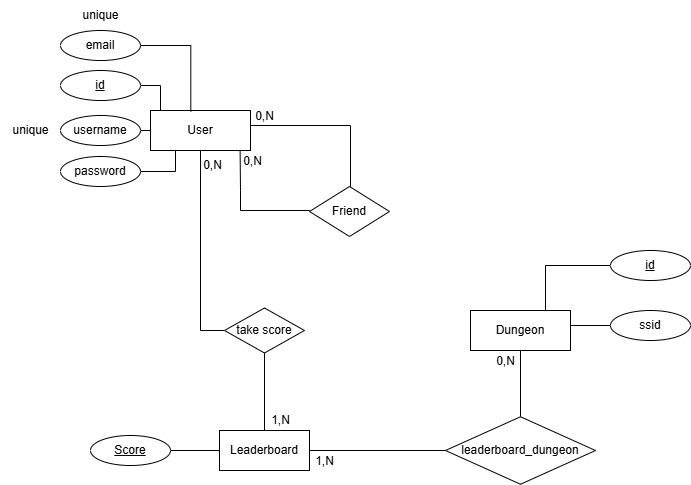
Above: 7_Allegati/DataBase/Schema-ER-DB.png in smanedn/ColorfulSongs (draw.io), before the change. Source tidied: cells renumbered, new cells last; positions are measured from the earlier drawing's top-left corner, leaving out a move shared by most shapes.
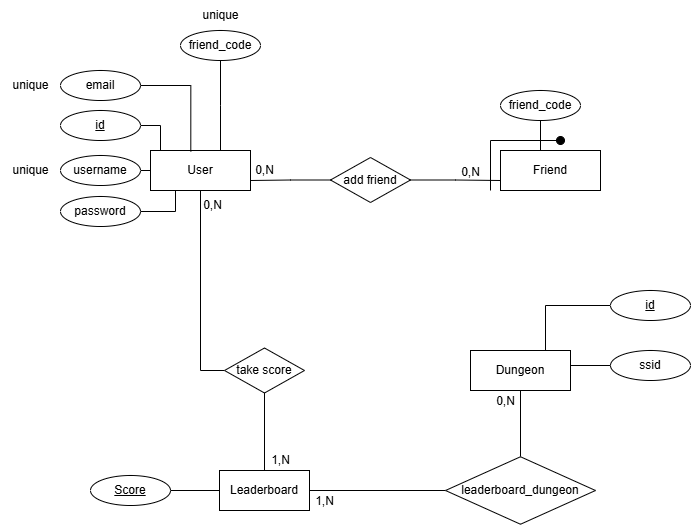
Later version of the same file.

Change to the diagram source:
```diff
@@ -36,7 +36,7 @@
       </mxGeometry>
     </mxCell>
     <mxCell id="10" value="0,N" style="text;html=1;align=center;verticalAlign=middle;strokeColor=none;fillColor=none;" parent="1" vertex="1">
-      <mxGeometry x="244" y="101" width="40" height="30" as="geometry" />
+      <mxGeometry x="244" y="115" width="40" height="30" as="geometry" />
     </mxCell>
     <mxCell id="11" value="unique" style="text;html=1;align=center;verticalAlign=middle;strokeColor=none;fillColor=none;" parent="1" vertex="1">
       <mxGeometry y="115" width="60" height="30" as="geometry" />
@@ -45,34 +45,11 @@
       <mxGeometry x="60" y="30" width="80" height="30" as="geometry" />
     </mxCell>
     <mxCell id="13" value="unique" style="text;html=1;align=center;verticalAlign=middle;strokeColor=none;fillColor=none;" parent="1" vertex="1">
-      <mxGeometry x="70" width="60" height="30" as="geometry" />
+      <mxGeometry y="30" width="60" height="30" as="geometry" />
     </mxCell>
     <mxCell id="14" value="&lt;u&gt;Score&lt;/u&gt;" style="ellipse;whiteSpace=wrap;html=1;align=center;" parent="1" vertex="1">
       <mxGeometry x="90" y="435" width="80" height="30" as="geometry" />
     </mxCell>
-    <mxCell id="15" value="Friend" style="rhombus;whiteSpace=wrap;html=1;" parent="1" vertex="1">
-      <mxGeometry x="309" y="186" width="80" height="50" as="geometry" />
-    </mxCell>
-    <mxCell id="16" style="edgeStyle=orthogonalEdgeStyle;rounded=0;jettySize=auto;html=1;entryX=0.896;entryY=1.01;entryDx=0;entryDy=0;entryPerimeter=0;endArrow=none;endFill=0;exitX=0;exitY=0.5;exitDx=0;exitDy=0;" parent="1" edge="1" source="15" target="3">
-      <mxGeometry relative="1" as="geometry">
-        <Array as="points">
-          <mxPoint x="240" y="210" />
-          <mxPoint x="240" y="190" />
-          <mxPoint x="240" y="190" />
-        </Array>
-      </mxGeometry>
-    </mxCell>
-    <mxCell id="17" style="edgeStyle=orthogonalEdgeStyle;rounded=0;jettySize=auto;html=1;entryX=1;entryY=0.5;entryDx=0;entryDy=0;endArrow=none;endFill=0;" parent="1" edge="1" source="15" target="3">
-      <mxGeometry relative="1" as="geometry">
-        <Array as="points">
-          <mxPoint x="350" y="125" />
-          <mxPoint x="250" y="125" />
-        </Array>
-      </mxGeometry>
-    </mxCell>
-    <mxCell id="18" value="0,N" style="text;html=1;align=center;verticalAlign=middle;strokeColor=none;fillColor=none;" parent="1" vertex="1">
-      <mxGeometry x="232" y="146" width="40" height="30" as="geometry" />
-    </mxCell>
     <mxCell id="19" style="edgeStyle=orthogonalEdgeStyle;rounded=0;jettySize=auto;html=1;entryX=0.403;entryY=0.024;entryDx=0;entryDy=0;entryPerimeter=0;endArrow=none;endFill=0;" parent="1" edge="1" source="12" target="3">
       <mxGeometry relative="1" as="geometry" />
     </mxCell>
@@ -128,5 +105,48 @@
     <mxCell id="35" value="0,N" style="text;html=1;align=center;verticalAlign=middle;strokeColor=none;fillColor=none;" parent="1" vertex="1">
       <mxGeometry x="485" y="346" width="40" height="30" as="geometry" />
     </mxCell>
+    <mxCell id="15" value="Friend" style="whiteSpace=wrap;html=1;align=center;" parent="1" vertex="1">
+      <mxGeometry x="500" y="110" width="100" height="40" as="geometry" />
+    </mxCell>
+    <mxCell id="36" value="friend_code" style="ellipse;whiteSpace=wrap;html=1;align=center;" parent="1" vertex="1">
+      <mxGeometry x="180" y="-10" width="80" height="30" as="geometry" />
+    </mxCell>
+    <mxCell id="37" style="edgeStyle=orthogonalEdgeStyle;rounded=0;jettySize=auto;html=1;endArrow=none;endFill=0;exitX=0.5;exitY=1;exitDx=0;exitDy=0;" parent="1" edge="1" source="36">
+      <mxGeometry relative="1" as="geometry">
+        <mxPoint x="220" y="110" as="targetPoint" />
+      </mxGeometry>
+    </mxCell>
+    <mxCell id="38" value="unique" style="text;html=1;align=center;verticalAlign=middle;strokeColor=none;fillColor=none;" parent="1" vertex="1">
+      <mxGeometry x="190" y="-40" width="60" height="30" as="geometry" />
+    </mxCell>
+    <mxCell id="39" style="edgeStyle=orthogonalEdgeStyle;rounded=0;jettySize=auto;html=1;entryX=1;entryY=0.75;entryDx=0;entryDy=0;endArrow=none;startFill=0;" parent="1" edge="1" source="41" target="3">
+      <mxGeometry relative="1" as="geometry" />
+    </mxCell>
+    <mxCell id="40" style="edgeStyle=orthogonalEdgeStyle;rounded=0;jettySize=auto;html=1;entryX=0;entryY=0.75;entryDx=0;entryDy=0;endArrow=none;startFill=0;" parent="1" edge="1" source="41" target="15">
+      <mxGeometry relative="1" as="geometry" />
+    </mxCell>
+    <mxCell id="41" value="add friend" style="rhombus;whiteSpace=wrap;html=1;" parent="1" vertex="1">
+      <mxGeometry x="330" y="117" width="80" height="45" as="geometry" />
+    </mxCell>
+    <mxCell id="18" value="0,N" style="text;html=1;align=center;verticalAlign=middle;strokeColor=none;fillColor=none;" parent="1" vertex="1">
+      <mxGeometry x="450" y="117" width="40" height="30" as="geometry" />
+    </mxCell>
+    <mxCell id="42" value="friend_code" style="ellipse;whiteSpace=wrap;html=1;align=center;" parent="1" vertex="1">
+      <mxGeometry x="500" y="50" width="80" height="30" as="geometry" />
+    </mxCell>
+    <mxCell id="43" style="edgeStyle=orthogonalEdgeStyle;rounded=0;jettySize=auto;html=1;endArrow=none;startFill=0;" parent="1" edge="1" source="42">
+      <mxGeometry relative="1" as="geometry">
+        <mxPoint x="540" y="110" as="targetPoint" />
+      </mxGeometry>
+    </mxCell>
+    <mxCell id="44" style="edgeStyle=segmentEdgeStyle;endArrow=oval;html=1;curved=0;rounded=0;endSize=8;startSize=8;sourcePerimeterSpacing=0;targetPerimeterSpacing=0;endFill=1;" parent="1" edge="1">
+      <mxGeometry relative="1" as="geometry">
+        <mxPoint x="490" y="150" as="sourcePoint" />
+        <mxPoint x="560" y="100" as="targetPoint" />
+        <Array as="points">
+          <mxPoint x="490" y="100" />
+        </Array>
+      </mxGeometry>
+    </mxCell>
   </root>
 </mxGraphModel>
```
